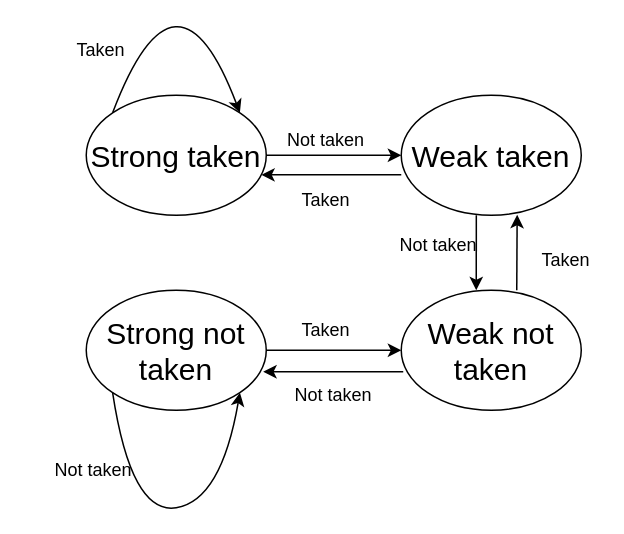
This is page "FSM of BPU" (4 of 4) of Pipeline.drawio from NTUEE-DSD-G1/Pipelined-RISCV, a draw.io file, before an edit. Source tidied: cells renumbered, new cells numbered last; positions are measured from the earlier drawing's top-left corner, leaving out a move shared by most shapes. Both pictures are drawn from the tidied source at 150%, with x=0, y=0 at pixel (26, -56).
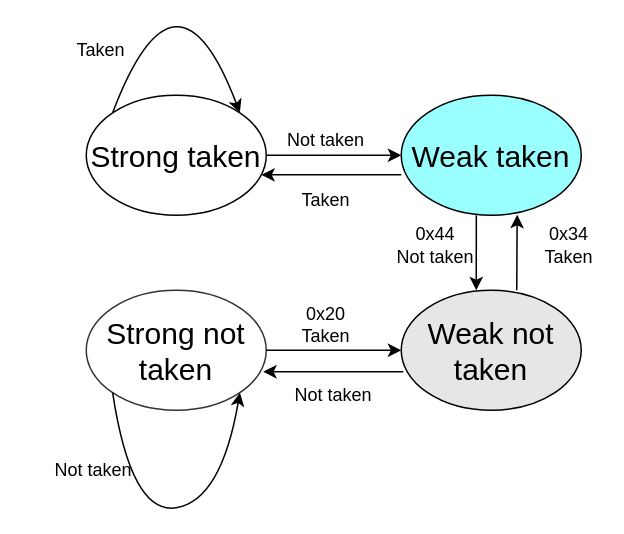
After the change.

The edit, as a diff of the source:
```diff
@@
-    <mxCell id="3" value="&lt;font style=&quot;font-size: 20px&quot;&gt;Weak taken&lt;/font&gt;" style="ellipse;whiteSpace=wrap;html=1;" parent="1" vertex="1">
+    <mxCell id="3" value="&lt;font style=&quot;font-size: 20px&quot;&gt;Weak taken&lt;/font&gt;" style="ellipse;whiteSpace=wrap;html=1;fillColor=#99FFFF;" parent="1" vertex="1">
       <mxGeometry x="250" y="100" width="120" height="80" as="geometry" />
     </mxCell>
-    <mxCell id="4" value="&lt;font style=&quot;font-size: 20px&quot;&gt;Weak not taken&lt;/font&gt;" style="ellipse;whiteSpace=wrap;html=1;" parent="1" vertex="1">
+    <mxCell id="4" value="&lt;font style=&quot;font-size: 20px&quot;&gt;Weak not taken&lt;/font&gt;" style="ellipse;whiteSpace=wrap;html=1;fillColor=#E6E6E6;" parent="1" vertex="1">
       <mxGeometry x="250" y="230" width="120" height="80" as="geometry" />
     </mxCell>
-    <mxCell id="5" value="&lt;font style=&quot;font-size: 20px&quot;&gt;Strong not taken&lt;/font&gt;" style="ellipse;whiteSpace=wrap;html=1;" parent="1" vertex="1">
+    <mxCell id="5" value="&lt;font style=&quot;font-size: 20px&quot;&gt;Strong not taken&lt;/font&gt;" style="ellipse;whiteSpace=wrap;html=1;strokeColor=#333333;" parent="1" vertex="1">
       <mxGeometry x="40" y="230" width="120" height="80" as="geometry" />
     </mxCell>
@@
-    <mxCell id="17" value="Taken" style="text;html=1;strokeColor=none;fillColor=none;align=center;verticalAlign=middle;whiteSpace=wrap;rounded=0;" parent="1" vertex="1">
-      <mxGeometry x="180" y="247" width="40" height="20" as="geometry" />
+    <mxCell id="17" value="0x20&lt;br&gt;Taken" style="text;html=1;strokeColor=none;fillColor=none;align=center;verticalAlign=middle;whiteSpace=wrap;rounded=0;" parent="1" vertex="1">
+      <mxGeometry x="180" y="243" width="40" height="20" as="geometry" />
     </mxCell>
-    <mxCell id="18" value="Taken" style="text;html=1;strokeColor=none;fillColor=none;align=center;verticalAlign=middle;whiteSpace=wrap;rounded=0;" parent="1" vertex="1">
-      <mxGeometry x="340" y="200" width="40" height="20" as="geometry" />
+    <mxCell id="18" value="0x34&lt;br&gt;Taken" style="text;html=1;strokeColor=none;fillColor=none;align=center;verticalAlign=middle;whiteSpace=wrap;rounded=0;" parent="1" vertex="1">
+      <mxGeometry x="342" y="190" width="40" height="20" as="geometry" />
     </mxCell>
@@
-    <mxCell id="20" value="Not taken" style="text;html=1;strokeColor=none;fillColor=none;align=center;verticalAlign=middle;whiteSpace=wrap;rounded=0;" parent="1" vertex="1">
-      <mxGeometry x="230" y="190" width="90" height="20" as="geometry" />
+    <mxCell id="20" value="0x44&lt;br&gt;Not taken" style="text;html=1;strokeColor=none;fillColor=none;align=center;verticalAlign=middle;whiteSpace=wrap;rounded=0;" parent="1" vertex="1">
+      <mxGeometry x="228" y="190" width="90" height="20" as="geometry" />
     </mxCell>
```
